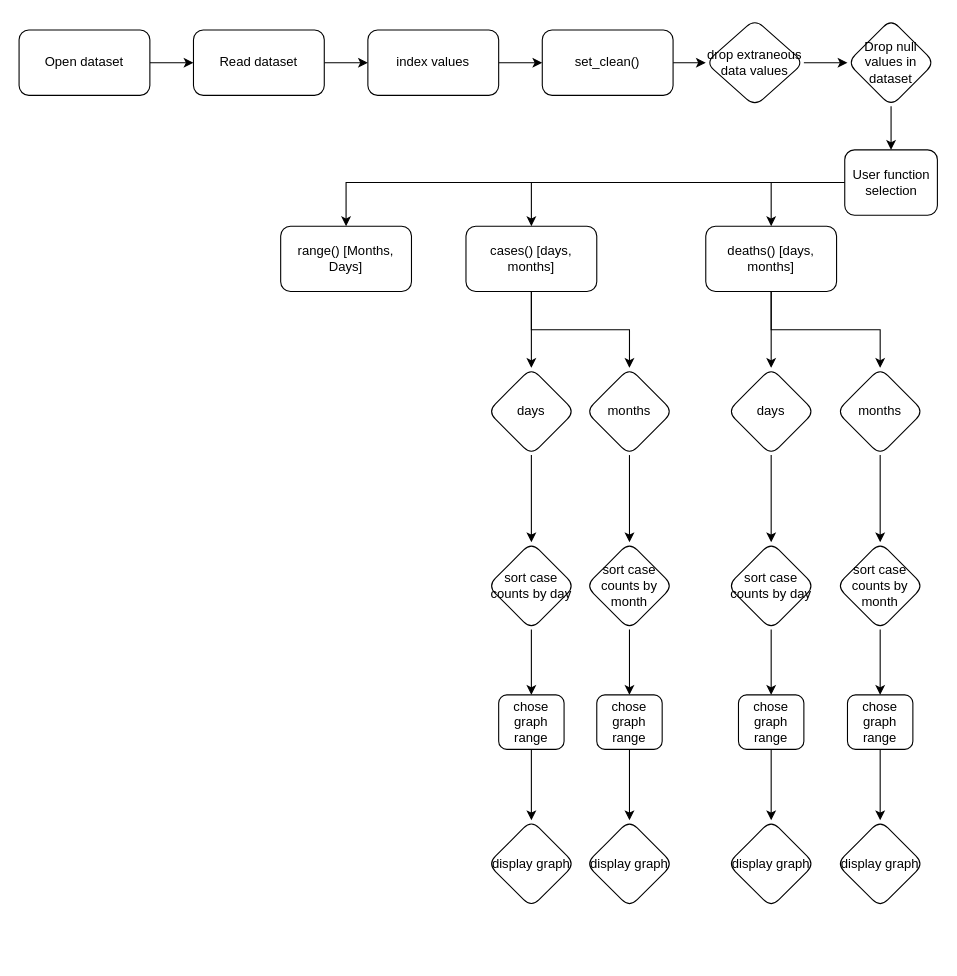
The draw.io diagram Project Flowchart.drawio in burgermanBrown/INST126_Project4_COVID_Tracker, before the edit. Source tidied: cells renumbered, new cells numbered last; positions are measured from the earlier drawing's top-left corner, leaving out a move shared by most shapes. Both pictures are drawn from the tidied source at 109%, with x=0, y=0 at pixel (19, 19).
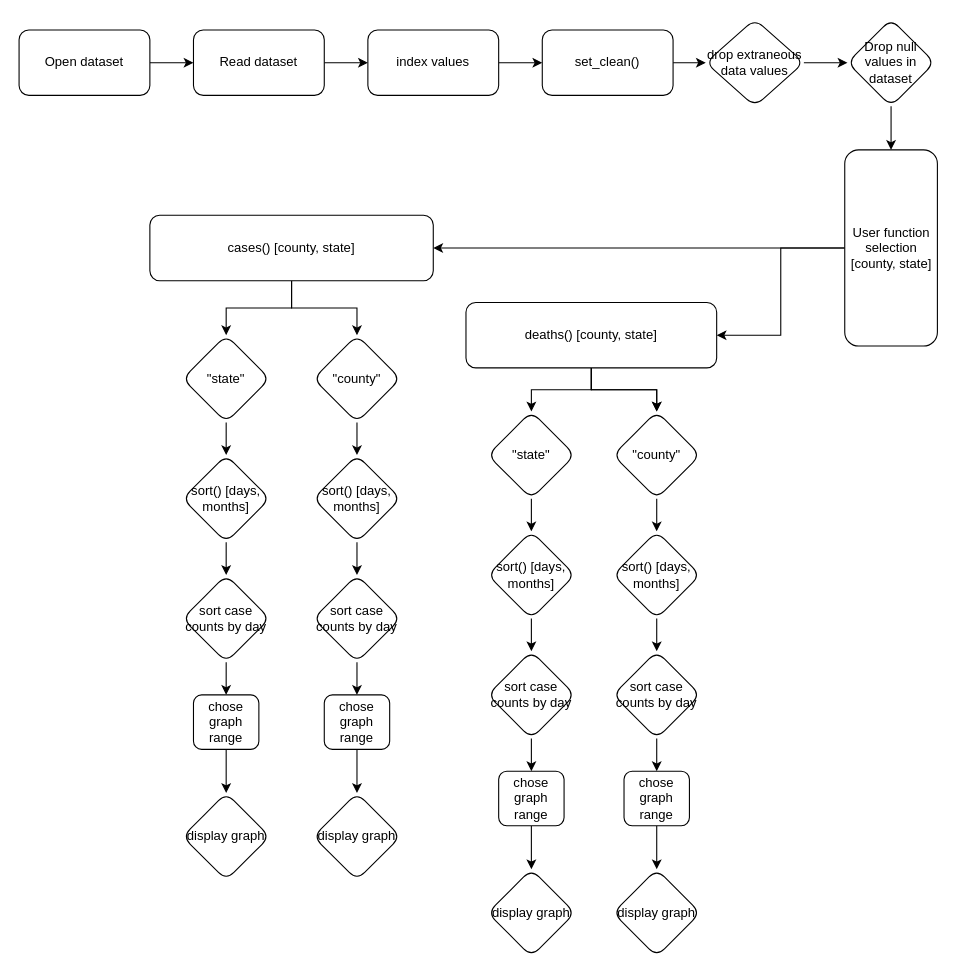
Above is the later version.

Change to the diagram source:
```diff
@@
-    <mxCell id="16" style="edgeStyle=orthogonalEdgeStyle;rounded=0;jettySize=auto;html=1;" parent="1" edge="1" source="17" target="52">
-      <mxGeometry relative="1" as="geometry" />
-    </mxCell>
-    <mxCell id="17" value="User function selection" style="whiteSpace=wrap;html=1;rounded=1;" parent="1" vertex="1">
-      <mxGeometry x="757.5" y="120" width="85" height="60" as="geometry" />
+    <mxCell id="17" value="User function selection [county, state]" style="whiteSpace=wrap;html=1;rounded=1;" parent="1" vertex="1">
+      <mxGeometry x="757.5" y="120" width="85" height="180" as="geometry" />
     </mxCell>
-    <mxCell id="18" style="edgeStyle=orthogonalEdgeStyle;rounded=0;jettySize=auto;html=1;" parent="1" edge="1" source="20" target="25">
-      <mxGeometry relative="1" as="geometry" />
-    </mxCell>
-    <mxCell id="19" style="edgeStyle=orthogonalEdgeStyle;rounded=0;jettySize=auto;html=1;" parent="1" edge="1" source="20" target="27">
-      <mxGeometry relative="1" as="geometry" />
-    </mxCell>
+    <mxCell id="53" style="edgeStyle=orthogonalEdgeStyle;rounded=0;jettySize=auto;html=1;" parent="1" edge="1" source="20" target="59">
+      <mxGeometry relative="1" as="geometry" />
+    </mxCell>
+    <mxCell id="54" style="edgeStyle=orthogonalEdgeStyle;rounded=0;jettySize=auto;html=1;" parent="1" edge="1" source="20" target="61">
+      <mxGeometry relative="1" as="geometry" />
+    </mxCell>
-    <mxCell id="20" value="cases() [days, months]" style="whiteSpace=wrap;html=1;rounded=1;" parent="1" vertex="1">
-      <mxGeometry x="410" y="190" width="120" height="60" as="geometry" />
+    <mxCell id="20" value="cases() [county, state]" style="whiteSpace=wrap;html=1;rounded=1;" parent="1" vertex="1">
+      <mxGeometry x="120" y="180" width="260" height="60" as="geometry" />
     </mxCell>
-    <mxCell id="21" style="edgeStyle=orthogonalEdgeStyle;rounded=0;jettySize=auto;html=1;" parent="1" edge="1" source="23" target="29">
-      <mxGeometry relative="1" as="geometry" />
-    </mxCell>
-    <mxCell id="22" style="edgeStyle=orthogonalEdgeStyle;rounded=0;jettySize=auto;html=1;" parent="1" edge="1" source="23" target="31">
-      <mxGeometry relative="1" as="geometry" />
-    </mxCell>
+    <mxCell id="55" style="edgeStyle=orthogonalEdgeStyle;rounded=0;jettySize=auto;html=1;" parent="1" edge="1" source="23" target="79">
+      <mxGeometry relative="1" as="geometry" />
+    </mxCell>
+    <mxCell id="56" style="edgeStyle=orthogonalEdgeStyle;rounded=0;jettySize=auto;html=1;" parent="1" edge="1" source="23" target="79">
+      <mxGeometry relative="1" as="geometry" />
+    </mxCell>
+    <mxCell id="57" style="edgeStyle=orthogonalEdgeStyle;rounded=0;jettySize=auto;html=1;" parent="1" edge="1" source="23" target="77">
+      <mxGeometry relative="1" as="geometry" />
+    </mxCell>
-    <mxCell id="23" value="&lt;div&gt;deaths() [days, months]&lt;br&gt;&lt;/div&gt;" style="whiteSpace=wrap;html=1;rounded=1;" parent="1" vertex="1">
-      <mxGeometry x="630" y="190" width="120" height="60" as="geometry" />
+    <mxCell id="23" value="&lt;div&gt;deaths() [county, state]&lt;br&gt;&lt;/div&gt;" style="whiteSpace=wrap;html=1;rounded=1;" parent="1" vertex="1">
+      <mxGeometry x="410" y="260" width="230" height="60" as="geometry" />
     </mxCell>
@@
-    <mxCell id="25" value="days" style="rhombus;whiteSpace=wrap;html=1;rounded=1;" parent="1" vertex="1">
-      <mxGeometry x="430" y="320" width="80" height="80" as="geometry" />
+    <mxCell id="25" value="sort() [days, months]" style="rhombus;whiteSpace=wrap;html=1;rounded=1;" parent="1" vertex="1">
+      <mxGeometry x="150" y="400" width="80" height="80" as="geometry" />
     </mxCell>
-    <mxCell id="26" style="edgeStyle=orthogonalEdgeStyle;rounded=0;jettySize=auto;html=1;" parent="1" edge="1" source="27" target="35">
-      <mxGeometry relative="1" as="geometry" />
-    </mxCell>
-    <mxCell id="27" value="months" style="rhombus;whiteSpace=wrap;html=1;rounded=1;" parent="1" vertex="1">
-      <mxGeometry x="520" y="320" width="80" height="80" as="geometry" />
-    </mxCell>
-    <mxCell id="28" style="edgeStyle=orthogonalEdgeStyle;rounded=0;jettySize=auto;html=1;" parent="1" edge="1" source="29" target="39">
-      <mxGeometry relative="1" as="geometry" />
-    </mxCell>
-    <mxCell id="29" value="days" style="rhombus;whiteSpace=wrap;html=1;rounded=1;" parent="1" vertex="1">
-      <mxGeometry x="650" y="320" width="80" height="80" as="geometry" />
-    </mxCell>
-    <mxCell id="30" style="edgeStyle=orthogonalEdgeStyle;rounded=0;jettySize=auto;html=1;" parent="1" edge="1" source="31" target="37">
-      <mxGeometry relative="1" as="geometry" />
-    </mxCell>
-    <mxCell id="31" value="months" style="rhombus;whiteSpace=wrap;html=1;rounded=1;" parent="1" vertex="1">
-      <mxGeometry x="750" y="320" width="80" height="80" as="geometry" />
-    </mxCell>
@@
     <mxCell id="33" value="sort case counts by day" style="rhombus;whiteSpace=wrap;html=1;rounded=1;" parent="1" vertex="1">
-      <mxGeometry x="430" y="480" width="80" height="80" as="geometry" />
+      <mxGeometry x="150" y="510" width="80" height="80" as="geometry" />
     </mxCell>
-    <mxCell id="34" style="edgeStyle=orthogonalEdgeStyle;rounded=0;jettySize=auto;html=1;" parent="1" edge="1" source="35" target="43">
-      <mxGeometry relative="1" as="geometry" />
-    </mxCell>
-    <mxCell id="35" value="&lt;div&gt;sort case counts by month&lt;/div&gt;" style="rhombus;whiteSpace=wrap;html=1;rounded=1;" parent="1" vertex="1">
-      <mxGeometry x="520" y="480" width="80" height="80" as="geometry" />
-    </mxCell>
-    <mxCell id="36" style="edgeStyle=orthogonalEdgeStyle;rounded=0;jettySize=auto;html=1;" parent="1" edge="1" source="37" target="47">
-      <mxGeometry relative="1" as="geometry" />
-    </mxCell>
-    <mxCell id="37" value="&lt;div&gt;sort case counts by month&lt;/div&gt;" style="rhombus;whiteSpace=wrap;html=1;rounded=1;" parent="1" vertex="1">
-      <mxGeometry x="750" y="480" width="80" height="80" as="geometry" />
-    </mxCell>
-    <mxCell id="38" style="edgeStyle=orthogonalEdgeStyle;rounded=0;jettySize=auto;html=1;" parent="1" edge="1" source="39" target="45">
-      <mxGeometry relative="1" as="geometry" />
-    </mxCell>
-    <mxCell id="39" value="sort case counts by day" style="rhombus;whiteSpace=wrap;html=1;rounded=1;" parent="1" vertex="1">
-      <mxGeometry x="650" y="480" width="80" height="80" as="geometry" />
-    </mxCell>
@@
     <mxCell id="41" value="chose graph range" style="whiteSpace=wrap;html=1;rounded=1;" parent="1" vertex="1">
-      <mxGeometry x="440" y="620" width="60" height="50" as="geometry" />
+      <mxGeometry x="160" y="620" width="60" height="50" as="geometry" />
     </mxCell>
-    <mxCell id="42" style="edgeStyle=orthogonalEdgeStyle;rounded=0;jettySize=auto;html=1;" parent="1" edge="1" source="43" target="49">
-      <mxGeometry relative="1" as="geometry" />
-    </mxCell>
-    <mxCell id="43" value="chose graph range" style="whiteSpace=wrap;html=1;rounded=1;" parent="1" vertex="1">
-      <mxGeometry x="530" y="620" width="60" height="50" as="geometry" />
-    </mxCell>
-    <mxCell id="44" style="edgeStyle=orthogonalEdgeStyle;rounded=0;jettySize=auto;html=1;" parent="1" edge="1" source="45" target="50">
-      <mxGeometry relative="1" as="geometry" />
-    </mxCell>
-    <mxCell id="45" value="chose graph range" style="whiteSpace=wrap;html=1;rounded=1;" parent="1" vertex="1">
-      <mxGeometry x="660" y="620" width="60" height="50" as="geometry" />
-    </mxCell>
-    <mxCell id="46" style="edgeStyle=orthogonalEdgeStyle;rounded=0;jettySize=auto;html=1;" parent="1" edge="1" source="47" target="51">
-      <mxGeometry relative="1" as="geometry" />
-    </mxCell>
-    <mxCell id="47" value="chose graph range" style="whiteSpace=wrap;html=1;rounded=1;" parent="1" vertex="1">
-      <mxGeometry x="760" y="620" width="60" height="50" as="geometry" />
-    </mxCell>
     <mxCell id="48" value="display graph" style="rhombus;whiteSpace=wrap;html=1;rounded=1;" parent="1" vertex="1">
-      <mxGeometry x="430" y="735" width="80" height="80" as="geometry" />
+      <mxGeometry x="150" y="710" width="80" height="80" as="geometry" />
     </mxCell>
-    <mxCell id="49" value="display graph" style="rhombus;whiteSpace=wrap;html=1;rounded=1;" parent="1" vertex="1">
-      <mxGeometry x="520" y="735" width="80" height="80" as="geometry" />
-    </mxCell>
-    <mxCell id="50" value="display graph" style="rhombus;whiteSpace=wrap;html=1;rounded=1;" parent="1" vertex="1">
-      <mxGeometry x="650" y="735" width="80" height="80" as="geometry" />
-    </mxCell>
-    <mxCell id="51" value="display graph" style="rhombus;whiteSpace=wrap;html=1;rounded=1;" parent="1" vertex="1">
-      <mxGeometry x="750" y="735" width="80" height="80" as="geometry" />
-    </mxCell>
-    <mxCell id="52" value="range() [Months, Days]" style="whiteSpace=wrap;html=1;rounded=1;" parent="1" vertex="1">
-      <mxGeometry x="240" y="190" width="120" height="60" as="geometry" />
-    </mxCell>
+    <mxCell id="58" style="edgeStyle=orthogonalEdgeStyle;rounded=0;jettySize=auto;html=1;" parent="1" edge="1" source="59" target="25">
+      <mxGeometry relative="1" as="geometry" />
+    </mxCell>
+    <mxCell id="59" value="&quot;state&quot;" style="rhombus;whiteSpace=wrap;html=1;rounded=1;" parent="1" vertex="1">
+      <mxGeometry x="150" y="290" width="80" height="80" as="geometry" />
+    </mxCell>
+    <mxCell id="60" style="edgeStyle=orthogonalEdgeStyle;rounded=0;jettySize=auto;html=1;" parent="1" edge="1" source="61" target="63">
+      <mxGeometry relative="1" as="geometry" />
+    </mxCell>
+    <mxCell id="61" value="&quot;county&quot;" style="rhombus;whiteSpace=wrap;html=1;rounded=1;" parent="1" vertex="1">
+      <mxGeometry x="270" y="290" width="80" height="80" as="geometry" />
+    </mxCell>
+    <mxCell id="62" style="edgeStyle=orthogonalEdgeStyle;rounded=0;jettySize=auto;html=1;" parent="1" edge="1" source="63" target="65">
+      <mxGeometry relative="1" as="geometry" />
+    </mxCell>
+    <mxCell id="63" value="sort() [days, months]" style="rhombus;whiteSpace=wrap;html=1;rounded=1;" parent="1" vertex="1">
+      <mxGeometry x="270" y="400" width="80" height="80" as="geometry" />
+    </mxCell>
+    <mxCell id="64" style="edgeStyle=orthogonalEdgeStyle;rounded=0;jettySize=auto;html=1;" parent="1" edge="1" source="65" target="67">
+      <mxGeometry relative="1" as="geometry" />
+    </mxCell>
+    <mxCell id="65" value="sort case counts by day" style="rhombus;whiteSpace=wrap;html=1;rounded=1;" parent="1" vertex="1">
+      <mxGeometry x="270" y="510" width="80" height="80" as="geometry" />
+    </mxCell>
+    <mxCell id="66" style="edgeStyle=orthogonalEdgeStyle;rounded=0;jettySize=auto;html=1;" parent="1" edge="1" source="67" target="68">
+      <mxGeometry relative="1" as="geometry" />
+    </mxCell>
+    <mxCell id="67" value="chose graph range" style="whiteSpace=wrap;html=1;rounded=1;" parent="1" vertex="1">
+      <mxGeometry x="280" y="620" width="60" height="50" as="geometry" />
+    </mxCell>
+    <mxCell id="68" value="display graph" style="rhombus;whiteSpace=wrap;html=1;rounded=1;" parent="1" vertex="1">
+      <mxGeometry x="270" y="710" width="80" height="80" as="geometry" />
+    </mxCell>
+    <mxCell id="69" style="edgeStyle=orthogonalEdgeStyle;rounded=0;jettySize=auto;html=1;" parent="1" edge="1" source="70" target="72">
+      <mxGeometry relative="1" as="geometry" />
+    </mxCell>
+    <mxCell id="70" value="sort() [days, months]" style="rhombus;whiteSpace=wrap;html=1;rounded=1;" parent="1" vertex="1">
+      <mxGeometry x="430" y="470" width="80" height="80" as="geometry" />
+    </mxCell>
+    <mxCell id="71" style="edgeStyle=orthogonalEdgeStyle;rounded=0;jettySize=auto;html=1;" parent="1" edge="1" source="72" target="74">
+      <mxGeometry relative="1" as="geometry" />
+    </mxCell>
+    <mxCell id="72" value="sort case counts by day" style="rhombus;whiteSpace=wrap;html=1;rounded=1;" parent="1" vertex="1">
+      <mxGeometry x="430" y="580" width="80" height="80" as="geometry" />
+    </mxCell>
+    <mxCell id="73" style="edgeStyle=orthogonalEdgeStyle;rounded=0;jettySize=auto;html=1;" parent="1" edge="1" source="74" target="75">
+      <mxGeometry relative="1" as="geometry" />
+    </mxCell>
+    <mxCell id="74" value="chose graph range" style="whiteSpace=wrap;html=1;rounded=1;" parent="1" vertex="1">
+      <mxGeometry x="440" y="690" width="60" height="50" as="geometry" />
+    </mxCell>
+    <mxCell id="75" value="display graph" style="rhombus;whiteSpace=wrap;html=1;rounded=1;" parent="1" vertex="1">
+      <mxGeometry x="430" y="780" width="80" height="80" as="geometry" />
+    </mxCell>
+    <mxCell id="76" style="edgeStyle=orthogonalEdgeStyle;rounded=0;jettySize=auto;html=1;" parent="1" edge="1" source="77" target="70">
+      <mxGeometry relative="1" as="geometry" />
+    </mxCell>
+    <mxCell id="77" value="&quot;state&quot;" style="rhombus;whiteSpace=wrap;html=1;rounded=1;" parent="1" vertex="1">
+      <mxGeometry x="430" y="360" width="80" height="80" as="geometry" />
+    </mxCell>
+    <mxCell id="78" style="edgeStyle=orthogonalEdgeStyle;rounded=0;jettySize=auto;html=1;" parent="1" edge="1" source="79" target="81">
+      <mxGeometry relative="1" as="geometry" />
+    </mxCell>
+    <mxCell id="79" value="&quot;county&quot;" style="rhombus;whiteSpace=wrap;html=1;rounded=1;" parent="1" vertex="1">
+      <mxGeometry x="545" y="360" width="80" height="80" as="geometry" />
+    </mxCell>
+    <mxCell id="80" style="edgeStyle=orthogonalEdgeStyle;rounded=0;jettySize=auto;html=1;" parent="1" edge="1" source="81" target="83">
+      <mxGeometry relative="1" as="geometry" />
+    </mxCell>
+    <mxCell id="81" value="sort() [days, months]" style="rhombus;whiteSpace=wrap;html=1;rounded=1;" parent="1" vertex="1">
+      <mxGeometry x="545" y="470" width="80" height="80" as="geometry" />
+    </mxCell>
+    <mxCell id="82" style="edgeStyle=orthogonalEdgeStyle;rounded=0;jettySize=auto;html=1;" parent="1" edge="1" source="83" target="85">
+      <mxGeometry relative="1" as="geometry" />
+    </mxCell>
+    <mxCell id="83" value="sort case counts by day" style="rhombus;whiteSpace=wrap;html=1;rounded=1;" parent="1" vertex="1">
+      <mxGeometry x="545" y="580" width="80" height="80" as="geometry" />
+    </mxCell>
+    <mxCell id="84" style="edgeStyle=orthogonalEdgeStyle;rounded=0;jettySize=auto;html=1;" parent="1" edge="1" source="85" target="86">
+      <mxGeometry relative="1" as="geometry" />
+    </mxCell>
+    <mxCell id="85" value="chose graph range" style="whiteSpace=wrap;html=1;rounded=1;" parent="1" vertex="1">
+      <mxGeometry x="555" y="690" width="60" height="50" as="geometry" />
+    </mxCell>
+    <mxCell id="86" value="display graph" style="rhombus;whiteSpace=wrap;html=1;rounded=1;" parent="1" vertex="1">
+      <mxGeometry x="545" y="780" width="80" height="80" as="geometry" />
+    </mxCell>
```
